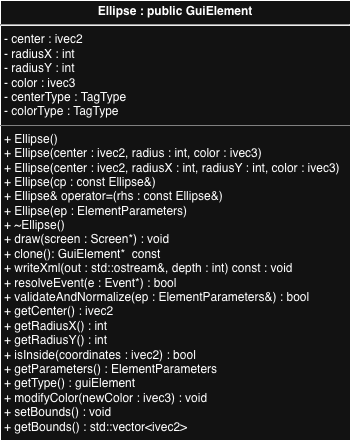
cgreen2048/ArtHuddle keeps this draw.io diagram as images/Ellipse_UML.png. Above is the earlier version. Source tidied: cells renumbered, new cells last; positions are measured from the earlier drawing's top-left corner, leaving out a move shared by most shapes.
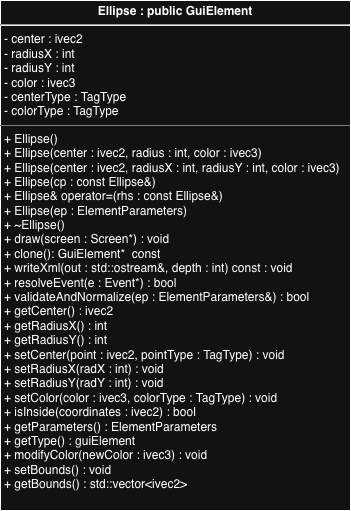
After the commit.

The edit, as a diff of the source:
```diff
@@ -2,8 +2,8 @@
   <root>
     <mxCell id="0" />
     <mxCell id="1" parent="0" />
-    <mxCell id="2" value="&lt;p style=&quot;margin:0px;margin-top:4px;text-align:center;&quot;&gt;&lt;b&gt;Ellipse : public GuiElement&lt;/b&gt;&lt;/p&gt;&lt;hr&gt;&lt;p style=&quot;margin:0px;margin-left:4px;&quot;&gt;- center :&amp;nbsp;&lt;span style=&quot;background-color: transparent; color: light-dark(rgb(0, 0, 0), rgb(255, 255, 255));&quot;&gt;ivec2&lt;/span&gt;&lt;/p&gt;&lt;p style=&quot;margin:0px;margin-left:4px;&quot;&gt;- radiusX : int&lt;/p&gt;&lt;p style=&quot;margin:0px;margin-left:4px;&quot;&gt;- radiusY : int&lt;/p&gt;&lt;p style=&quot;margin:0px;margin-left:4px;&quot;&gt;- color : ivec3&lt;/p&gt;&lt;p style=&quot;margin:0px;margin-left:4px;&quot;&gt;- centerType :&amp;nbsp;&lt;span style=&quot;background-color: transparent; color: light-dark(rgb(0, 0, 0), rgb(255, 255, 255));&quot;&gt;TagType&lt;/span&gt;&lt;/p&gt;&lt;p style=&quot;margin:0px;margin-left:4px;&quot;&gt;- colorType : TagType&lt;/p&gt;&lt;hr size=&quot;1&quot; style=&quot;border-style:solid;&quot;&gt;&lt;p style=&quot;margin:0px;margin-left:4px;&quot;&gt;+ Ellipse()&lt;/p&gt;&lt;p style=&quot;margin:0px;margin-left:4px;&quot;&gt;&lt;span style=&quot;background-color: transparent; color: light-dark(rgb(0, 0, 0), rgb(255, 255, 255));&quot;&gt;+&lt;/span&gt;&lt;span style=&quot;background-color: transparent; color: light-dark(rgb(0, 0, 0), rgb(255, 255, 255));&quot;&gt;&amp;nbsp;&lt;/span&gt;Ellipse(center : ivec2, radius : int, color : ivec3)&lt;/p&gt;&lt;p style=&quot;margin:0px;margin-left:4px;&quot;&gt;&lt;span style=&quot;background-color: transparent; color: light-dark(rgb(0, 0, 0), rgb(255, 255, 255));&quot;&gt;+&lt;/span&gt;&lt;span style=&quot;background-color: transparent; color: light-dark(rgb(0, 0, 0), rgb(255, 255, 255));&quot;&gt;&amp;nbsp;&lt;/span&gt;Ellipse(center : ivec2, radiusX : int, radiusY : int, color : ivec3)&lt;/p&gt;&lt;p style=&quot;margin:0px;margin-left:4px;&quot;&gt;&lt;span style=&quot;background-color: transparent; color: light-dark(rgb(0, 0, 0), rgb(255, 255, 255));&quot;&gt;+&lt;/span&gt;&lt;span style=&quot;background-color: transparent; color: light-dark(rgb(0, 0, 0), rgb(255, 255, 255));&quot;&gt;&amp;nbsp;&lt;/span&gt;Ellipse(cp :&amp;nbsp;&lt;span style=&quot;background-color: transparent; color: light-dark(rgb(0, 0, 0), rgb(255, 255, 255));&quot;&gt;const Ellipse&amp;amp;&lt;/span&gt;&lt;span style=&quot;background-color: transparent; color: light-dark(rgb(0, 0, 0), rgb(255, 255, 255));&quot;&gt;)&lt;/span&gt;&lt;/p&gt;&lt;p style=&quot;margin:0px;margin-left:4px;&quot;&gt;&lt;span style=&quot;background-color: transparent; color: light-dark(rgb(0, 0, 0), rgb(255, 255, 255));&quot;&gt;+&lt;/span&gt;&lt;span style=&quot;background-color: transparent; color: light-dark(rgb(0, 0, 0), rgb(255, 255, 255));&quot;&gt;&amp;nbsp;&lt;/span&gt;Ellipse&amp;amp; operator=(rhs :&amp;nbsp;&lt;span style=&quot;background-color: transparent; color: light-dark(rgb(0, 0, 0), rgb(255, 255, 255));&quot;&gt;const Ellipse&amp;amp;&lt;/span&gt;&lt;span style=&quot;background-color: transparent; color: light-dark(rgb(0, 0, 0), rgb(255, 255, 255));&quot;&gt;)&lt;/span&gt;&lt;/p&gt;&lt;p style=&quot;margin:0px;margin-left:4px;&quot;&gt;&lt;span style=&quot;background-color: transparent; color: light-dark(rgb(0, 0, 0), rgb(255, 255, 255));&quot;&gt;+&lt;/span&gt;&lt;span style=&quot;background-color: transparent; color: light-dark(rgb(0, 0, 0), rgb(255, 255, 255));&quot;&gt;&amp;nbsp;&lt;/span&gt;Ellipse(ep :&amp;nbsp;&lt;span style=&quot;background-color: transparent; color: light-dark(rgb(0, 0, 0), rgb(255, 255, 255));&quot;&gt;ElementParameters&lt;/span&gt;&lt;span style=&quot;background-color: transparent; color: light-dark(rgb(0, 0, 0), rgb(255, 255, 255));&quot;&gt;)&lt;/span&gt;&lt;/p&gt;&lt;p style=&quot;margin:0px;margin-left:4px;&quot;&gt;&lt;span style=&quot;background-color: transparent; color: light-dark(rgb(0, 0, 0), rgb(255, 255, 255));&quot;&gt;+&lt;/span&gt;&lt;span style=&quot;background-color: transparent; color: light-dark(rgb(0, 0, 0), rgb(255, 255, 255));&quot;&gt;&amp;nbsp;&lt;/span&gt;~Ellipse()&lt;/p&gt;&lt;p style=&quot;margin:0px;margin-left:4px;&quot;&gt;&lt;span style=&quot;background-color: transparent; color: light-dark(rgb(0, 0, 0), rgb(255, 255, 255));&quot;&gt;+&lt;/span&gt;&lt;span style=&quot;background-color: transparent; color: light-dark(rgb(0, 0, 0), rgb(255, 255, 255));&quot;&gt;&amp;nbsp;&lt;/span&gt;draw(screen :&amp;nbsp;&lt;span style=&quot;background-color: transparent; color: light-dark(rgb(0, 0, 0), rgb(255, 255, 255));&quot;&gt;Screen*&lt;/span&gt;&lt;span style=&quot;background-color: transparent; color: light-dark(rgb(0, 0, 0), rgb(255, 255, 255));&quot;&gt;) : void&lt;/span&gt;&lt;/p&gt;&lt;p style=&quot;margin:0px;margin-left:4px;&quot;&gt;+ clone(): GuiElement*&amp;nbsp; const&amp;nbsp;&lt;span style=&quot;background-color: transparent; color: light-dark(rgb(0, 0, 0), rgb(255, 255, 255));&quot;&gt;&lt;/span&gt;&lt;/p&gt;&lt;p style=&quot;margin:0px;margin-left:4px;&quot;&gt;&lt;span style=&quot;background-color: transparent; color: light-dark(rgb(0, 0, 0), rgb(255, 255, 255));&quot;&gt;+&lt;/span&gt;&lt;span style=&quot;background-color: transparent; color: light-dark(rgb(0, 0, 0), rgb(255, 255, 255));&quot;&gt;&amp;nbsp;&lt;/span&gt;writeXml(out :&amp;nbsp;&lt;span style=&quot;background-color: transparent; color: light-dark(rgb(0, 0, 0), rgb(255, 255, 255));&quot;&gt;std::ostream&amp;amp;&lt;/span&gt;&lt;span style=&quot;background-color: transparent; color: light-dark(rgb(0, 0, 0), rgb(255, 255, 255));&quot;&gt;, depth :&amp;nbsp;&lt;/span&gt;&lt;span style=&quot;background-color: transparent; color: light-dark(rgb(0, 0, 0), rgb(255, 255, 255));&quot;&gt;int&lt;/span&gt;&lt;span style=&quot;background-color: transparent; color: light-dark(rgb(0, 0, 0), rgb(255, 255, 255));&quot;&gt;) const :&amp;nbsp;&lt;/span&gt;&lt;span style=&quot;background-color: transparent; color: light-dark(rgb(0, 0, 0), rgb(255, 255, 255));&quot;&gt;void&lt;/span&gt;&lt;/p&gt;&lt;p style=&quot;margin:0px;margin-left:4px;&quot;&gt;&lt;span style=&quot;background-color: transparent; color: light-dark(rgb(0, 0, 0), rgb(255, 255, 255));&quot;&gt;+&lt;/span&gt;&lt;span style=&quot;background-color: transparent; color: light-dark(rgb(0, 0, 0), rgb(255, 255, 255));&quot;&gt;&amp;nbsp;&lt;/span&gt;resolveEvent(e :&amp;nbsp;&lt;span style=&quot;background-color: transparent; color: light-dark(rgb(0, 0, 0), rgb(255, 255, 255));&quot;&gt;Event*&lt;/span&gt;&lt;span style=&quot;background-color: transparent; color: light-dark(rgb(0, 0, 0), rgb(255, 255, 255));&quot;&gt;) : bool&lt;/span&gt;&lt;/p&gt;&lt;p style=&quot;margin:0px;margin-left:4px;&quot;&gt;&lt;span style=&quot;background-color: transparent; color: light-dark(rgb(0, 0, 0), rgb(255, 255, 255));&quot;&gt;+&lt;/span&gt;&lt;span style=&quot;background-color: transparent; color: light-dark(rgb(0, 0, 0), rgb(255, 255, 255));&quot;&gt;&amp;nbsp;validateAndNormalize&lt;/span&gt;(ep :&amp;nbsp;&lt;span style=&quot;background-color: transparent; color: light-dark(rgb(0, 0, 0), rgb(255, 255, 255));&quot;&gt;ElementParameters&amp;amp;&lt;/span&gt;&lt;span style=&quot;background-color: transparent; color: light-dark(rgb(0, 0, 0), rgb(255, 255, 255));&quot;&gt;) : bool&lt;/span&gt;&lt;/p&gt;&lt;p style=&quot;margin:0px;margin-left:4px;&quot;&gt;&lt;span style=&quot;background-color: transparent; color: light-dark(rgb(0, 0, 0), rgb(255, 255, 255));&quot;&gt;+&lt;/span&gt;&lt;span style=&quot;background-color: transparent; color: light-dark(rgb(0, 0, 0), rgb(255, 255, 255));&quot;&gt;&amp;nbsp;&lt;/span&gt;getCenter() : ivec2&lt;/p&gt;&lt;p style=&quot;margin:0px;margin-left:4px;&quot;&gt;&lt;span style=&quot;background-color: transparent; color: light-dark(rgb(0, 0, 0), rgb(255, 255, 255));&quot;&gt;+&lt;/span&gt;&lt;span style=&quot;background-color: transparent; color: light-dark(rgb(0, 0, 0), rgb(255, 255, 255));&quot;&gt;&amp;nbsp;&lt;/span&gt;getRadiusX() : int&lt;/p&gt;&lt;p style=&quot;margin:0px;margin-left:4px;&quot;&gt;&lt;span style=&quot;background-color: transparent; color: light-dark(rgb(0, 0, 0), rgb(255, 255, 255));&quot;&gt;+&lt;/span&gt;&lt;span style=&quot;background-color: transparent; color: light-dark(rgb(0, 0, 0), rgb(255, 255, 255));&quot;&gt;&amp;nbsp;&lt;/span&gt;getRadiusY() : int&lt;/p&gt;&lt;p style=&quot;margin:0px;margin-left:4px;&quot;&gt;&lt;span style=&quot;background-color: transparent; color: light-dark(rgb(0, 0, 0), rgb(255, 255, 255));&quot;&gt;+&lt;/span&gt;&lt;span style=&quot;background-color: transparent; color: light-dark(rgb(0, 0, 0), rgb(255, 255, 255));&quot;&gt;&amp;nbsp;&lt;/span&gt;isInside(coordinates :&amp;nbsp;&lt;span style=&quot;background-color: transparent; color: light-dark(rgb(0, 0, 0), rgb(255, 255, 255));&quot;&gt;ivec2&lt;/span&gt;&lt;span style=&quot;background-color: transparent; color: light-dark(rgb(0, 0, 0), rgb(255, 255, 255));&quot;&gt;) : bool&lt;/span&gt;&lt;/p&gt;&lt;p style=&quot;margin: 0px 0px 0px 4px;&quot;&gt;&lt;span style=&quot;background-color: transparent;&quot;&gt;+ getParameters() : ElementParameters&lt;/span&gt;&lt;/p&gt;&lt;p style=&quot;margin: 0px 0px 0px 4px;&quot;&gt;&lt;span style=&quot;background-color: transparent;&quot;&gt;+ getType() : guiElement&lt;/span&gt;&lt;/p&gt;&lt;p style=&quot;margin: 0px 0px 0px 4px;&quot;&gt;+ modifyColor(newColor : ivec3) : void&lt;/p&gt;&lt;p style=&quot;margin: 0px 0px 0px 4px;&quot;&gt;+ setBounds() : void&lt;/p&gt;&lt;p style=&quot;margin: 0px 0px 0px 4px;&quot;&gt;&lt;span style=&quot;background-color: transparent;&quot;&gt;&lt;/span&gt;&lt;/p&gt;&lt;p style=&quot;margin: 0px 0px 0px 4px;&quot;&gt;+ getBounds() : std::vector&amp;lt;ivec2&amp;gt;&lt;/p&gt;" style="verticalAlign=top;align=left;overflow=fill;html=1;whiteSpace=wrap;" parent="1" vertex="1">
-      <mxGeometry width="350" height="440" as="geometry" />
+    <mxCell id="2" value="&lt;p style=&quot;margin:0px;margin-top:4px;text-align:center;&quot;&gt;&lt;b&gt;Ellipse : public GuiElement&lt;/b&gt;&lt;/p&gt;&lt;hr&gt;&lt;p style=&quot;margin:0px;margin-left:4px;&quot;&gt;- center :&amp;nbsp;&lt;span style=&quot;background-color: transparent; color: light-dark(rgb(0, 0, 0), rgb(255, 255, 255));&quot;&gt;ivec2&lt;/span&gt;&lt;/p&gt;&lt;p style=&quot;margin:0px;margin-left:4px;&quot;&gt;- radiusX : int&lt;/p&gt;&lt;p style=&quot;margin:0px;margin-left:4px;&quot;&gt;- radiusY : int&lt;/p&gt;&lt;p style=&quot;margin:0px;margin-left:4px;&quot;&gt;- color : ivec3&lt;/p&gt;&lt;p style=&quot;margin:0px;margin-left:4px;&quot;&gt;- centerType :&amp;nbsp;&lt;span style=&quot;background-color: transparent; color: light-dark(rgb(0, 0, 0), rgb(255, 255, 255));&quot;&gt;TagType&lt;/span&gt;&lt;/p&gt;&lt;p style=&quot;margin:0px;margin-left:4px;&quot;&gt;- colorType : TagType&lt;/p&gt;&lt;hr size=&quot;1&quot; style=&quot;border-style:solid;&quot;&gt;&lt;p style=&quot;margin:0px;margin-left:4px;&quot;&gt;+ Ellipse()&lt;/p&gt;&lt;p style=&quot;margin:0px;margin-left:4px;&quot;&gt;&lt;span style=&quot;background-color: transparent; color: light-dark(rgb(0, 0, 0), rgb(255, 255, 255));&quot;&gt;+&lt;/span&gt;&lt;span style=&quot;background-color: transparent; color: light-dark(rgb(0, 0, 0), rgb(255, 255, 255));&quot;&gt;&amp;nbsp;&lt;/span&gt;Ellipse(center : ivec2, radius : int, color : ivec3)&lt;/p&gt;&lt;p style=&quot;margin:0px;margin-left:4px;&quot;&gt;&lt;span style=&quot;background-color: transparent; color: light-dark(rgb(0, 0, 0), rgb(255, 255, 255));&quot;&gt;+&lt;/span&gt;&lt;span style=&quot;background-color: transparent; color: light-dark(rgb(0, 0, 0), rgb(255, 255, 255));&quot;&gt;&amp;nbsp;&lt;/span&gt;Ellipse(center : ivec2, radiusX : int, radiusY : int, color : ivec3)&lt;/p&gt;&lt;p style=&quot;margin:0px;margin-left:4px;&quot;&gt;&lt;span style=&quot;background-color: transparent; color: light-dark(rgb(0, 0, 0), rgb(255, 255, 255));&quot;&gt;+&lt;/span&gt;&lt;span style=&quot;background-color: transparent; color: light-dark(rgb(0, 0, 0), rgb(255, 255, 255));&quot;&gt;&amp;nbsp;&lt;/span&gt;Ellipse(cp :&amp;nbsp;&lt;span style=&quot;background-color: transparent; color: light-dark(rgb(0, 0, 0), rgb(255, 255, 255));&quot;&gt;const Ellipse&amp;amp;&lt;/span&gt;&lt;span style=&quot;background-color: transparent; color: light-dark(rgb(0, 0, 0), rgb(255, 255, 255));&quot;&gt;)&lt;/span&gt;&lt;/p&gt;&lt;p style=&quot;margin:0px;margin-left:4px;&quot;&gt;&lt;span style=&quot;background-color: transparent; color: light-dark(rgb(0, 0, 0), rgb(255, 255, 255));&quot;&gt;+&lt;/span&gt;&lt;span style=&quot;background-color: transparent; color: light-dark(rgb(0, 0, 0), rgb(255, 255, 255));&quot;&gt;&amp;nbsp;&lt;/span&gt;Ellipse&amp;amp; operator=(rhs :&amp;nbsp;&lt;span style=&quot;background-color: transparent; color: light-dark(rgb(0, 0, 0), rgb(255, 255, 255));&quot;&gt;const Ellipse&amp;amp;&lt;/span&gt;&lt;span style=&quot;background-color: transparent; color: light-dark(rgb(0, 0, 0), rgb(255, 255, 255));&quot;&gt;)&lt;/span&gt;&lt;/p&gt;&lt;p style=&quot;margin:0px;margin-left:4px;&quot;&gt;&lt;span style=&quot;background-color: transparent; color: light-dark(rgb(0, 0, 0), rgb(255, 255, 255));&quot;&gt;+&lt;/span&gt;&lt;span style=&quot;background-color: transparent; color: light-dark(rgb(0, 0, 0), rgb(255, 255, 255));&quot;&gt;&amp;nbsp;&lt;/span&gt;Ellipse(ep :&amp;nbsp;&lt;span style=&quot;background-color: transparent; color: light-dark(rgb(0, 0, 0), rgb(255, 255, 255));&quot;&gt;ElementParameters&lt;/span&gt;&lt;span style=&quot;background-color: transparent; color: light-dark(rgb(0, 0, 0), rgb(255, 255, 255));&quot;&gt;)&lt;/span&gt;&lt;/p&gt;&lt;p style=&quot;margin:0px;margin-left:4px;&quot;&gt;&lt;span style=&quot;background-color: transparent; color: light-dark(rgb(0, 0, 0), rgb(255, 255, 255));&quot;&gt;+&lt;/span&gt;&lt;span style=&quot;background-color: transparent; color: light-dark(rgb(0, 0, 0), rgb(255, 255, 255));&quot;&gt;&amp;nbsp;&lt;/span&gt;~Ellipse()&lt;/p&gt;&lt;p style=&quot;margin:0px;margin-left:4px;&quot;&gt;&lt;span style=&quot;background-color: transparent; color: light-dark(rgb(0, 0, 0), rgb(255, 255, 255));&quot;&gt;+&lt;/span&gt;&lt;span style=&quot;background-color: transparent; color: light-dark(rgb(0, 0, 0), rgb(255, 255, 255));&quot;&gt;&amp;nbsp;&lt;/span&gt;draw(screen :&amp;nbsp;&lt;span style=&quot;background-color: transparent; color: light-dark(rgb(0, 0, 0), rgb(255, 255, 255));&quot;&gt;Screen*&lt;/span&gt;&lt;span style=&quot;background-color: transparent; color: light-dark(rgb(0, 0, 0), rgb(255, 255, 255));&quot;&gt;) : void&lt;/span&gt;&lt;/p&gt;&lt;p style=&quot;margin:0px;margin-left:4px;&quot;&gt;+ clone(): GuiElement*&amp;nbsp; const&amp;nbsp;&lt;span style=&quot;background-color: transparent; color: light-dark(rgb(0, 0, 0), rgb(255, 255, 255));&quot;&gt;&lt;/span&gt;&lt;/p&gt;&lt;p style=&quot;margin:0px;margin-left:4px;&quot;&gt;&lt;span style=&quot;background-color: transparent; color: light-dark(rgb(0, 0, 0), rgb(255, 255, 255));&quot;&gt;+&lt;/span&gt;&lt;span style=&quot;background-color: transparent; color: light-dark(rgb(0, 0, 0), rgb(255, 255, 255));&quot;&gt;&amp;nbsp;&lt;/span&gt;writeXml(out :&amp;nbsp;&lt;span style=&quot;background-color: transparent; color: light-dark(rgb(0, 0, 0), rgb(255, 255, 255));&quot;&gt;std::ostream&amp;amp;&lt;/span&gt;&lt;span style=&quot;background-color: transparent; color: light-dark(rgb(0, 0, 0), rgb(255, 255, 255));&quot;&gt;, depth :&amp;nbsp;&lt;/span&gt;&lt;span style=&quot;background-color: transparent; color: light-dark(rgb(0, 0, 0), rgb(255, 255, 255));&quot;&gt;int&lt;/span&gt;&lt;span style=&quot;background-color: transparent; color: light-dark(rgb(0, 0, 0), rgb(255, 255, 255));&quot;&gt;) const :&amp;nbsp;&lt;/span&gt;&lt;span style=&quot;background-color: transparent; color: light-dark(rgb(0, 0, 0), rgb(255, 255, 255));&quot;&gt;void&lt;/span&gt;&lt;/p&gt;&lt;p style=&quot;margin:0px;margin-left:4px;&quot;&gt;&lt;span style=&quot;background-color: transparent; color: light-dark(rgb(0, 0, 0), rgb(255, 255, 255));&quot;&gt;+&lt;/span&gt;&lt;span style=&quot;background-color: transparent; color: light-dark(rgb(0, 0, 0), rgb(255, 255, 255));&quot;&gt;&amp;nbsp;&lt;/span&gt;resolveEvent(e :&amp;nbsp;&lt;span style=&quot;background-color: transparent; color: light-dark(rgb(0, 0, 0), rgb(255, 255, 255));&quot;&gt;Event*&lt;/span&gt;&lt;span style=&quot;background-color: transparent; color: light-dark(rgb(0, 0, 0), rgb(255, 255, 255));&quot;&gt;) : bool&lt;/span&gt;&lt;/p&gt;&lt;p style=&quot;margin:0px;margin-left:4px;&quot;&gt;&lt;span style=&quot;background-color: transparent; color: light-dark(rgb(0, 0, 0), rgb(255, 255, 255));&quot;&gt;+&lt;/span&gt;&lt;span style=&quot;background-color: transparent; color: light-dark(rgb(0, 0, 0), rgb(255, 255, 255));&quot;&gt;&amp;nbsp;validateAndNormalize&lt;/span&gt;(ep :&amp;nbsp;&lt;span style=&quot;background-color: transparent; color: light-dark(rgb(0, 0, 0), rgb(255, 255, 255));&quot;&gt;ElementParameters&amp;amp;&lt;/span&gt;&lt;span style=&quot;background-color: transparent; color: light-dark(rgb(0, 0, 0), rgb(255, 255, 255));&quot;&gt;) : bool&lt;/span&gt;&lt;/p&gt;&lt;p style=&quot;margin:0px;margin-left:4px;&quot;&gt;&lt;span style=&quot;background-color: transparent; color: light-dark(rgb(0, 0, 0), rgb(255, 255, 255));&quot;&gt;+&lt;/span&gt;&lt;span style=&quot;background-color: transparent; color: light-dark(rgb(0, 0, 0), rgb(255, 255, 255));&quot;&gt;&amp;nbsp;&lt;/span&gt;getCenter() : ivec2&lt;/p&gt;&lt;p style=&quot;margin:0px;margin-left:4px;&quot;&gt;&lt;span style=&quot;background-color: transparent; color: light-dark(rgb(0, 0, 0), rgb(255, 255, 255));&quot;&gt;+&lt;/span&gt;&lt;span style=&quot;background-color: transparent; color: light-dark(rgb(0, 0, 0), rgb(255, 255, 255));&quot;&gt;&amp;nbsp;&lt;/span&gt;getRadiusX() : int&lt;/p&gt;&lt;p style=&quot;margin:0px;margin-left:4px;&quot;&gt;&lt;span style=&quot;background-color: transparent; color: light-dark(rgb(0, 0, 0), rgb(255, 255, 255));&quot;&gt;+&lt;/span&gt;&lt;span style=&quot;background-color: transparent; color: light-dark(rgb(0, 0, 0), rgb(255, 255, 255));&quot;&gt;&amp;nbsp;&lt;/span&gt;getRadiusY() : int&lt;/p&gt;&lt;p style=&quot;margin:0px;margin-left:4px;&quot;&gt;+ setCenter(point :&amp;nbsp;&lt;span style=&quot;background-color: transparent; color: light-dark(rgb(0, 0, 0), rgb(255, 255, 255));&quot;&gt;ivec2&lt;/span&gt;&lt;span style=&quot;background-color: transparent; color: light-dark(rgb(0, 0, 0), rgb(255, 255, 255));&quot;&gt;, pointType :&amp;nbsp;&lt;/span&gt;&lt;span style=&quot;background-color: transparent; color: light-dark(rgb(0, 0, 0), rgb(255, 255, 255));&quot;&gt;TagType&lt;/span&gt;&lt;span style=&quot;background-color: transparent; color: light-dark(rgb(0, 0, 0), rgb(255, 255, 255));&quot;&gt;) : void&lt;/span&gt;&lt;/p&gt;&lt;p style=&quot;margin:0px;margin-left:4px;&quot;&gt;+ setRadiusX(radX : int) : void&lt;/p&gt;&lt;p style=&quot;margin:0px;margin-left:4px;&quot;&gt;+ setRadiusY(radY : int) : void&lt;/p&gt;&lt;p style=&quot;margin:0px;margin-left:4px;&quot;&gt;+ setColor(color : ivec3, colorType :&amp;nbsp;&lt;span style=&quot;background-color: transparent; color: light-dark(rgb(0, 0, 0), rgb(255, 255, 255));&quot;&gt;TagType&lt;/span&gt;&lt;span style=&quot;background-color: transparent; color: light-dark(rgb(0, 0, 0), rgb(255, 255, 255));&quot;&gt;) : void&lt;/span&gt;&lt;/p&gt;&lt;p style=&quot;margin:0px;margin-left:4px;&quot;&gt;&lt;span style=&quot;background-color: transparent; color: light-dark(rgb(0, 0, 0), rgb(255, 255, 255));&quot;&gt;+&lt;/span&gt;&lt;span style=&quot;background-color: transparent; color: light-dark(rgb(0, 0, 0), rgb(255, 255, 255));&quot;&gt;&amp;nbsp;&lt;/span&gt;isInside(coordinates :&amp;nbsp;&lt;span style=&quot;background-color: transparent; color: light-dark(rgb(0, 0, 0), rgb(255, 255, 255));&quot;&gt;ivec2&lt;/span&gt;&lt;span style=&quot;background-color: transparent; color: light-dark(rgb(0, 0, 0), rgb(255, 255, 255));&quot;&gt;) : bool&lt;/span&gt;&lt;/p&gt;&lt;p style=&quot;margin: 0px 0px 0px 4px;&quot;&gt;&lt;span style=&quot;background-color: transparent;&quot;&gt;+ getParameters() : ElementParameters&lt;/span&gt;&lt;/p&gt;&lt;p style=&quot;margin: 0px 0px 0px 4px;&quot;&gt;&lt;span style=&quot;background-color: transparent;&quot;&gt;+ getType() : guiElement&lt;/span&gt;&lt;/p&gt;&lt;p style=&quot;margin: 0px 0px 0px 4px;&quot;&gt;+ modifyColor(newColor : ivec3) : void&lt;/p&gt;&lt;p style=&quot;margin: 0px 0px 0px 4px;&quot;&gt;+ setBounds() : void&lt;/p&gt;&lt;p style=&quot;margin: 0px 0px 0px 4px;&quot;&gt;&lt;span style=&quot;background-color: transparent;&quot;&gt;&lt;/span&gt;&lt;/p&gt;&lt;p style=&quot;margin: 0px 0px 0px 4px;&quot;&gt;+ getBounds() : std::vector&amp;lt;ivec2&amp;gt;&lt;/p&gt;" style="verticalAlign=top;align=left;overflow=fill;html=1;whiteSpace=wrap;" parent="1" vertex="1">
+      <mxGeometry width="350" height="510" as="geometry" />
     </mxCell>
   </root>
 </mxGraphModel>
```
